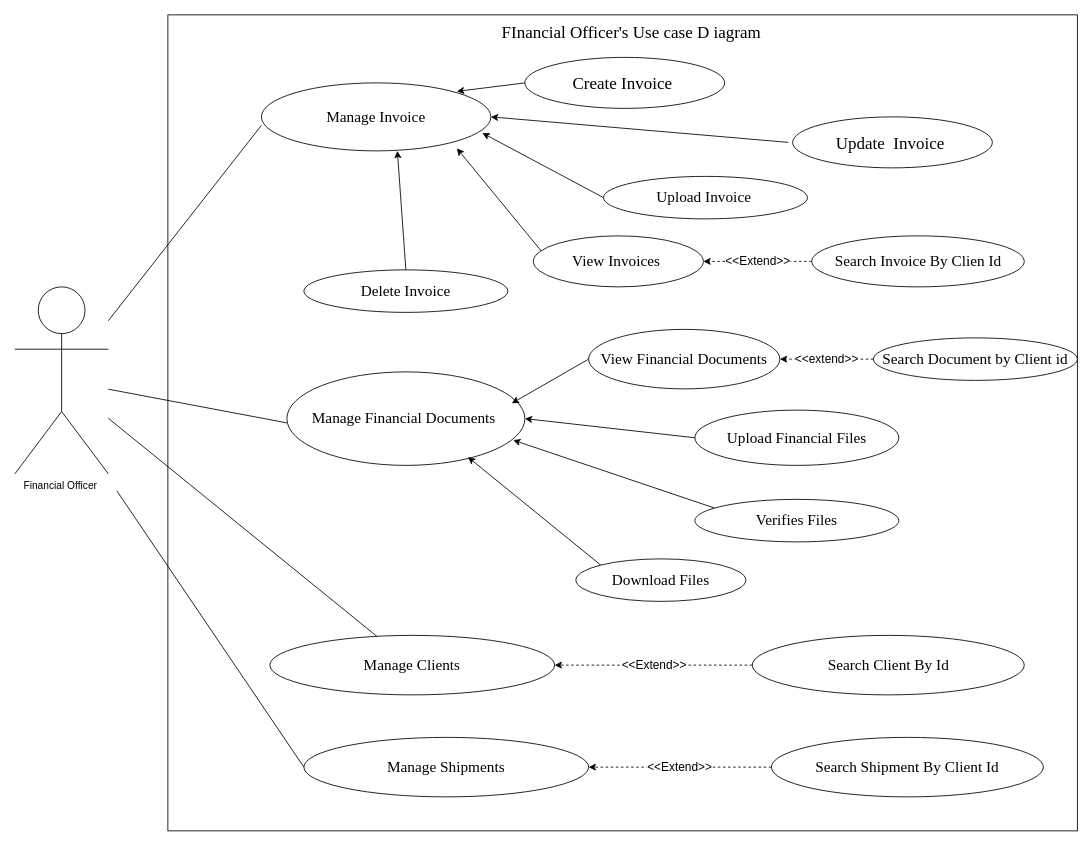
Before: use case diagrams/financial_officer_diragram.drawio in adembornfrompain/backend_projet_avr, a draw.io diagram. Source tidied: cells renumbered, new cells numbered last; positions are measured from the earlier drawing's top-left corner, leaving out a move shared by most shapes. Both pictures are drawn from the tidied source at 85%, with x=0, y=0 at pixel (14, 14).
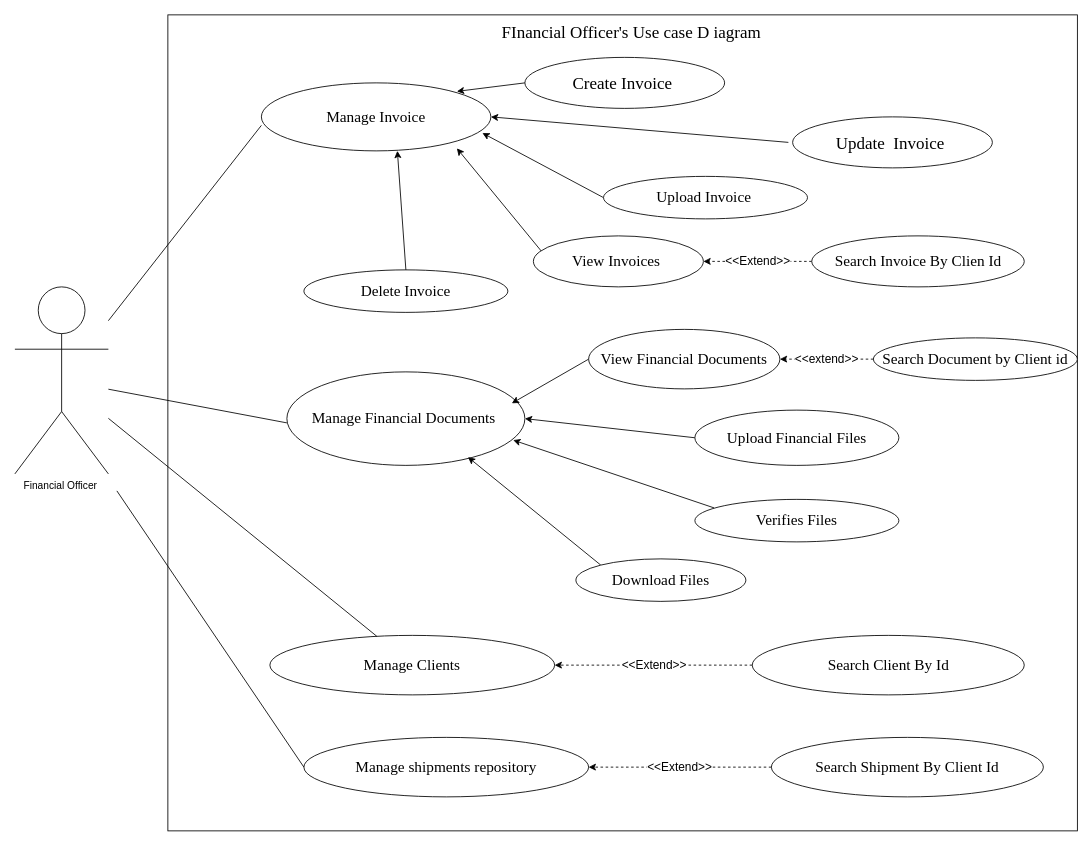
Above is the later version.

The edit, as a diff of the source:
```diff
@@
-    <mxCell id="21" value="Manage Shipments" style="ellipse;whiteSpace=wrap;html=1;fontFamily=Times New Roman;fontSize=18;" parent="1" vertex="1">
+    <mxCell id="21" value="Manage shipments repository" style="ellipse;whiteSpace=wrap;html=1;fontFamily=Times New Roman;fontSize=18;" parent="1" vertex="1">
       <mxGeometry x="340" y="850" width="335" height="70" as="geometry" />
     </mxCell>
```
